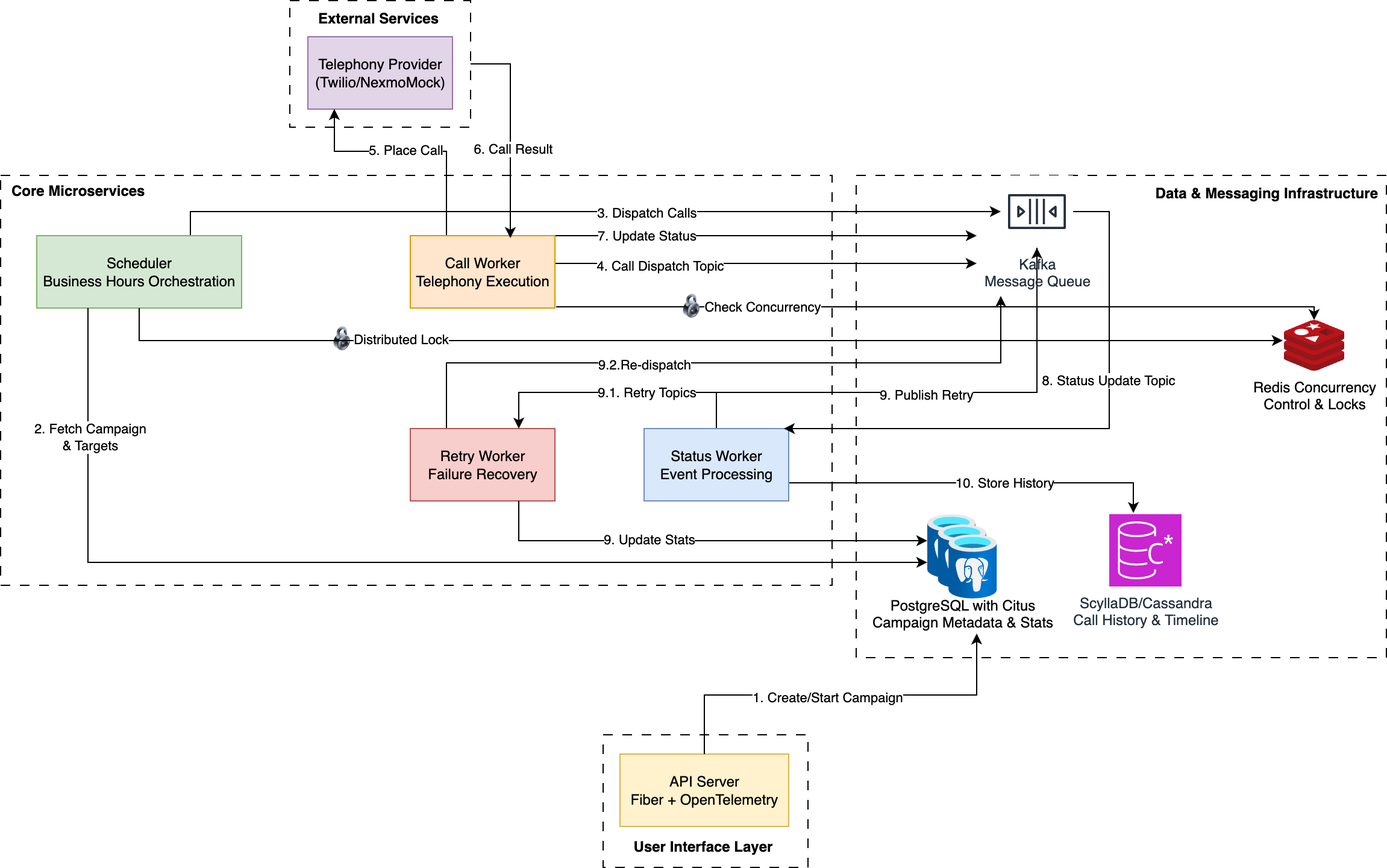
Abhishek11005/Outbound-Voice-Campaign keeps this draw.io diagram as architecture_diagram.png. Above is the earlier version. Source tidied: cells renumbered, new cells last; positions are measured from the earlier drawing's top-left corner, leaving out a move shared by most shapes.
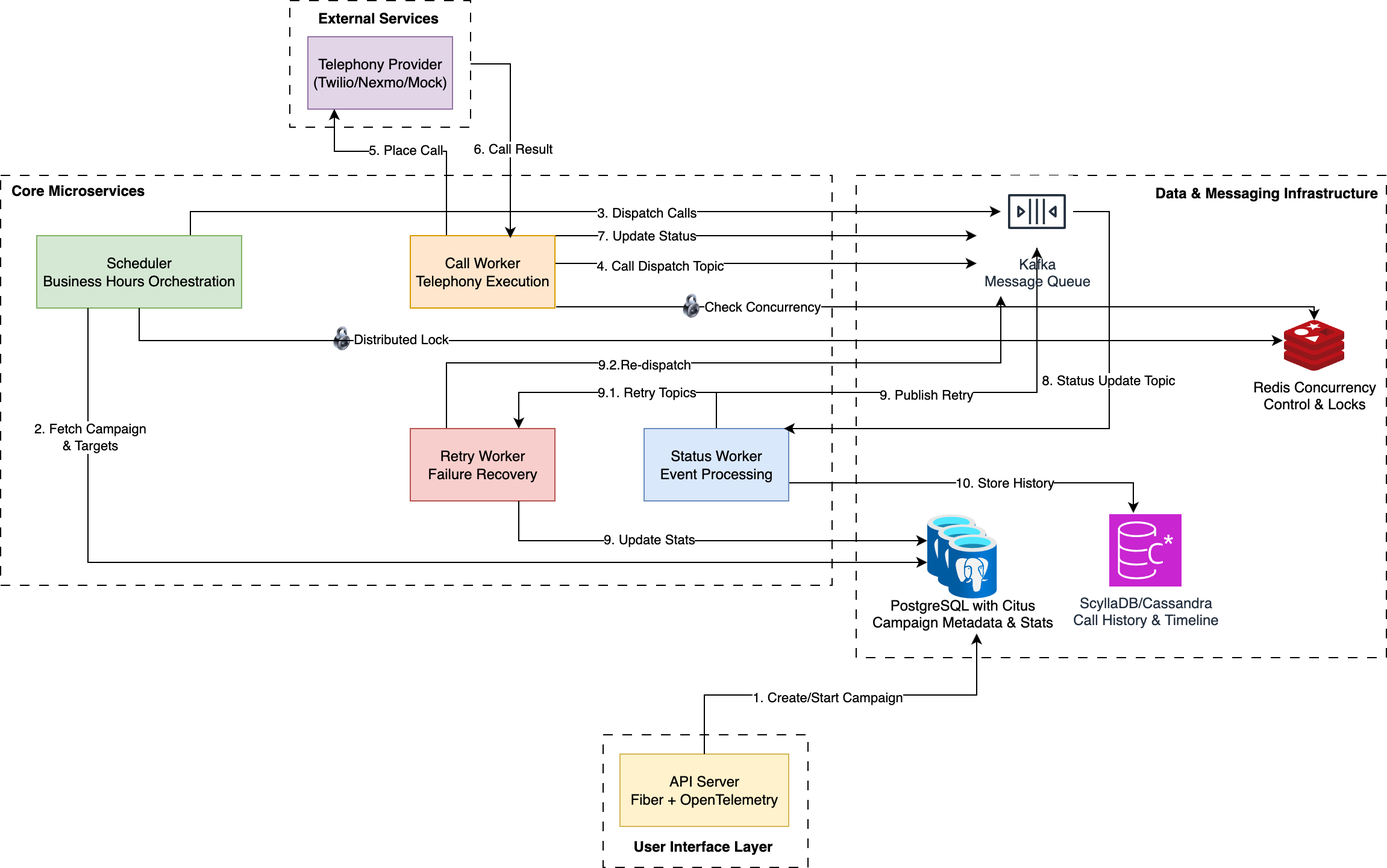
The same diagram one commit later.

Commit message:
Updated Architecture for corrections

Diff of the diagram source:
```diff
@@ -17,7 +17,7 @@
     <mxCell id="6" style="rounded=0;whiteSpace=wrap;html=1;dashed=1;dashPattern=8 8;" parent="1" vertex="1">
       <mxGeometry x="240" width="150" height="105" as="geometry" />
     </mxCell>
-    <mxCell id="7" value="Telephony Provider&lt;div&gt;(Twilio/NexmoMock)&lt;/div&gt;" style="rounded=0;whiteSpace=wrap;html=1;fillColor=#e1d5e7;strokeColor=#9673a6;" parent="1" vertex="1">
+    <mxCell id="7" value="Telephony Provider&lt;div&gt;(Twilio/Nexmo/Mock)&lt;/div&gt;" style="rounded=0;whiteSpace=wrap;html=1;fillColor=#e1d5e7;strokeColor=#9673a6;" parent="1" vertex="1">
       <mxGeometry x="255" y="30" width="120" height="60" as="geometry" />
     </mxCell>
     <mxCell id="8" value="&lt;b&gt;External Services&lt;/b&gt;" style="text;html=1;align=center;verticalAlign=middle;whiteSpace=wrap;rounded=0;" parent="1" vertex="1">
```
